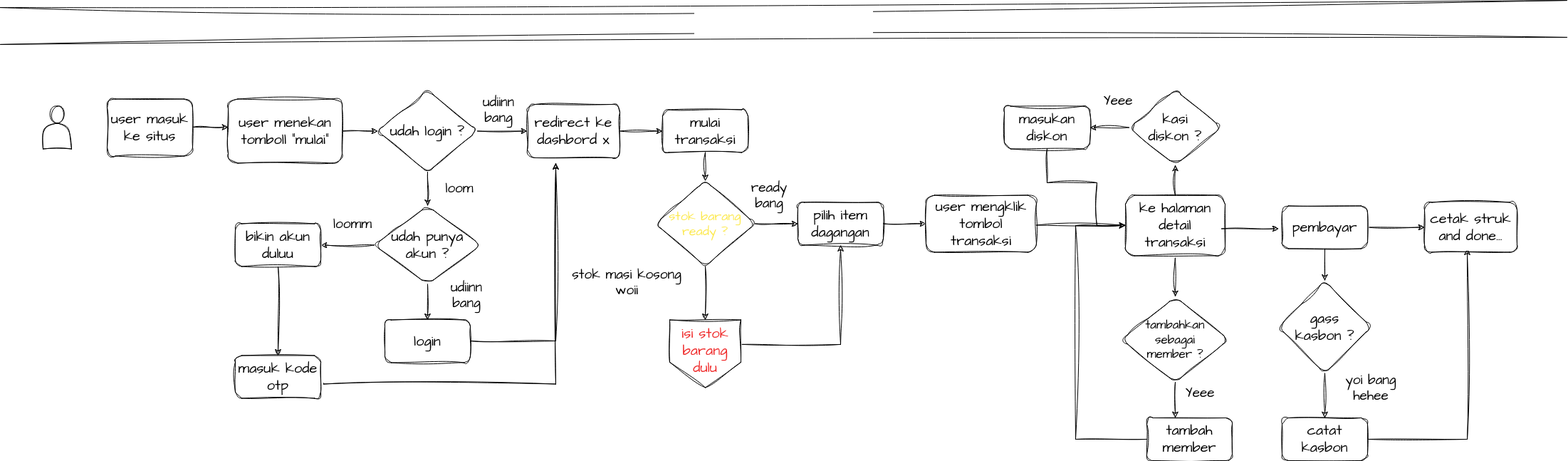
Petrichor-Dev/mypos keeps this draw.io diagram as Untitled Diagram.drawio.png. Above is the earlier version. Source tidied: cells renumbered, new cells last; positions are measured from the earlier drawing's top-left corner, leaving out a move shared by most shapes.
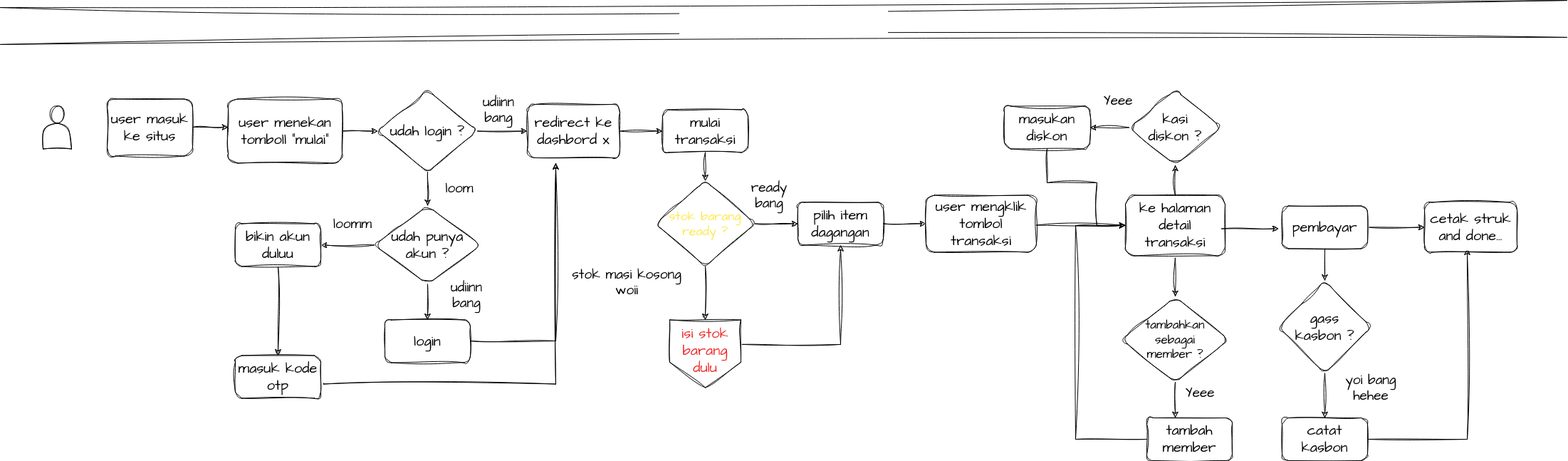
After the change.

Diff of the diagram source:
```diff
@@ -225,7 +225,7 @@
         <mxPoint x="2200" as="targetPoint" />
       </mxGeometry>
     </mxCell>
-    <mxCell id="62" value="USER FLOW mvp 1" style="edgeLabel;html=1;align=center;verticalAlign=middle;sketch=1;hachureGap=4;jiggle=2;curveFitting=1;fontFamily=Architects Daughter;fontSource=https%3A%2F%2Ffonts.googleapis.com%2Fcss%3Ffamily%3DArchitects%2BDaughter;fontSize=29;fontColor=#ffffff;" parent="61" vertex="1">
+    <mxCell id="62" value="- USER FLOW mvp 1 -" style="edgeLabel;html=1;align=center;verticalAlign=middle;sketch=1;hachureGap=4;jiggle=2;curveFitting=1;fontFamily=Architects Daughter;fontSource=https%3A%2F%2Ffonts.googleapis.com%2Fcss%3Ffamily%3DArchitects%2BDaughter;fontSize=29;fontColor=#ffffff;" parent="61" vertex="1">
       <mxGeometry relative="1" as="geometry" />
     </mxCell>
     <mxCell id="63" style="shape=actor;whiteSpace=wrap;html=1;sketch=1;hachureGap=4;jiggle=2;curveFitting=1;fontFamily=Architects Daughter;fontSource=https%3A%2F%2Ffonts.googleapis.com%2Fcss%3Ffamily%3DArchitects%2BDaughter;fontSize=20;" parent="1" vertex="1">
```
